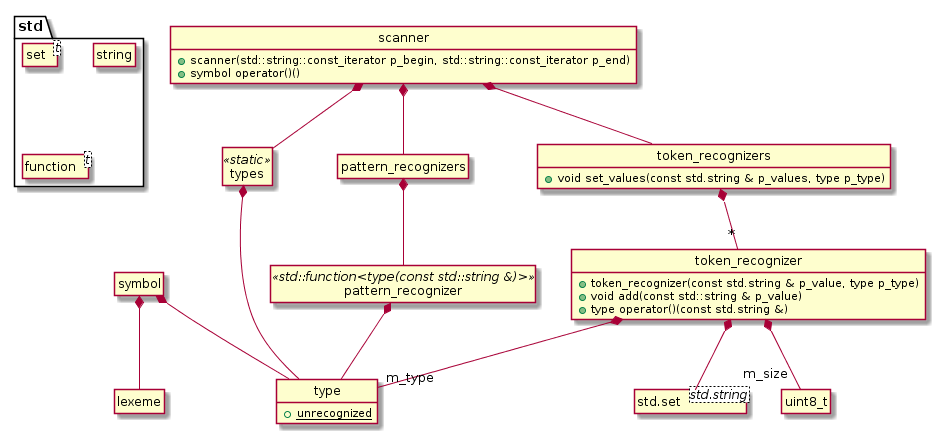
rodrigocanellas/tenacitas keeps this PlantUML diagram as code/interpreter/document/classes.png. Above is the earlier version.
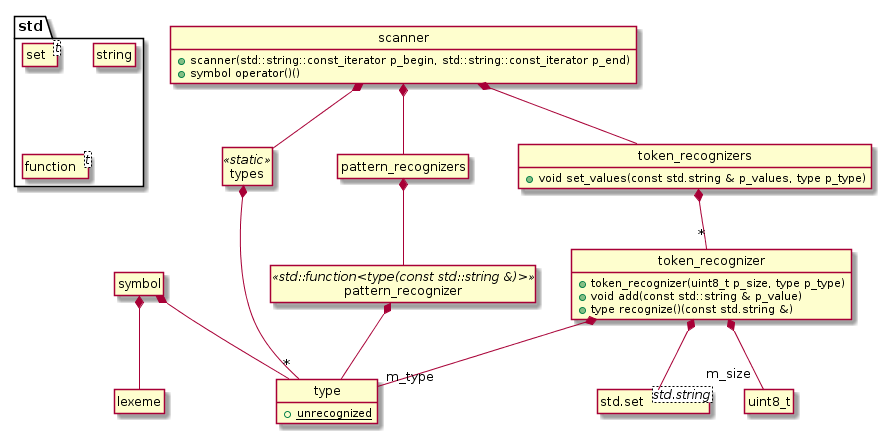
The same diagram one commit later.

What changed in the source:
```diff
@@ -17,9 +17,9 @@
 class symbol
 class lexeme
 class token_recognizer {
-    + token_recognizer(const std.string & p_value, type p_type)
+    + token_recognizer(uint8_t p_size, type p_type)
     + void add(const std::string & p_value)
-    + type operator()(const std.string &)
+    + type recognize()(const std.string &)
 }
 
 class token_recognizers {
@@ -38,7 +38,7 @@
 
 pattern_recognizer *-- type
 
-types *-- type
+types *-- "*" type
 
 token_recognizer *-- "m_size" uint8_t
 token_recognizer *--  "m_type" type
```
